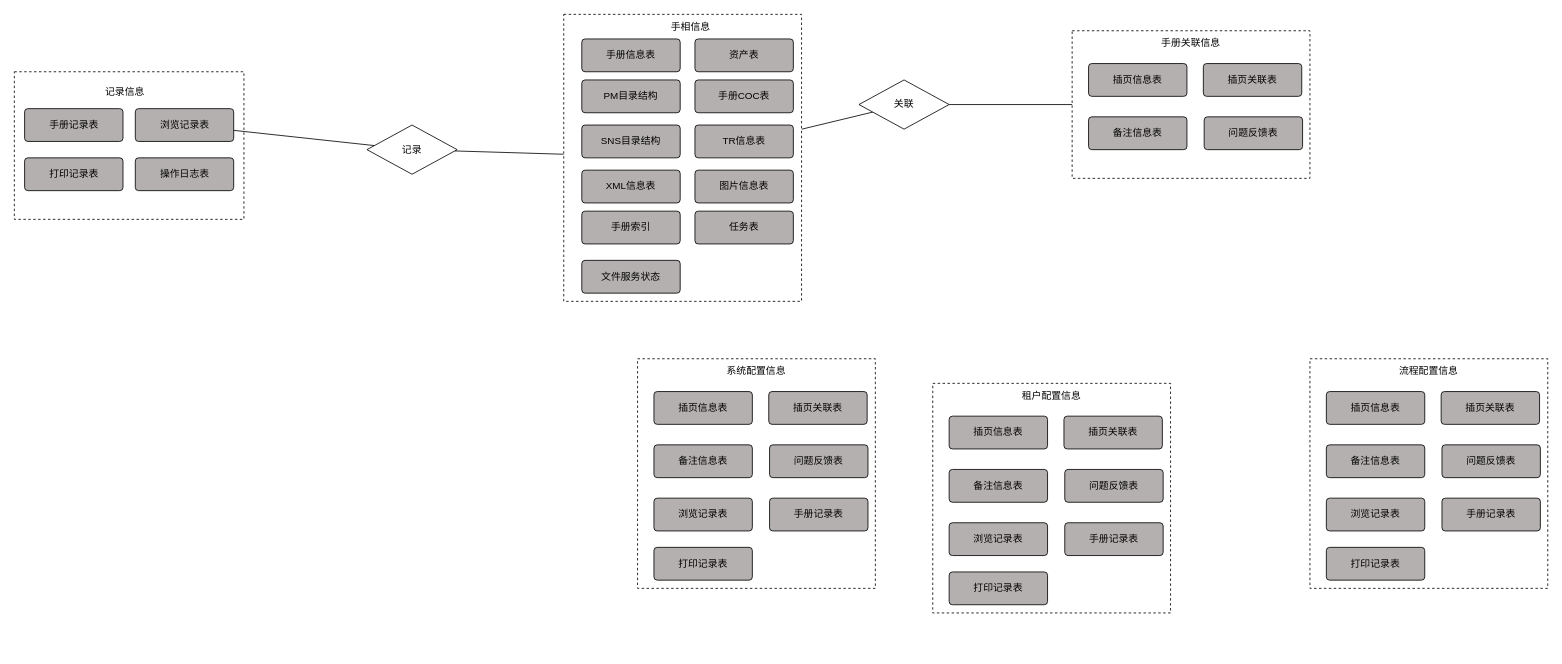
The draw.io diagram 数据结构图.drawio in DemonHan/KuickBuy, before the edit. Source tidied: cells renumbered, new cells numbered last; positions are measured from the earlier drawing's top-left corner, leaving out a move shared by most shapes. Both pictures are drawn from the tidied source at 82%, with x=0, y=0 at pixel (14, 14).
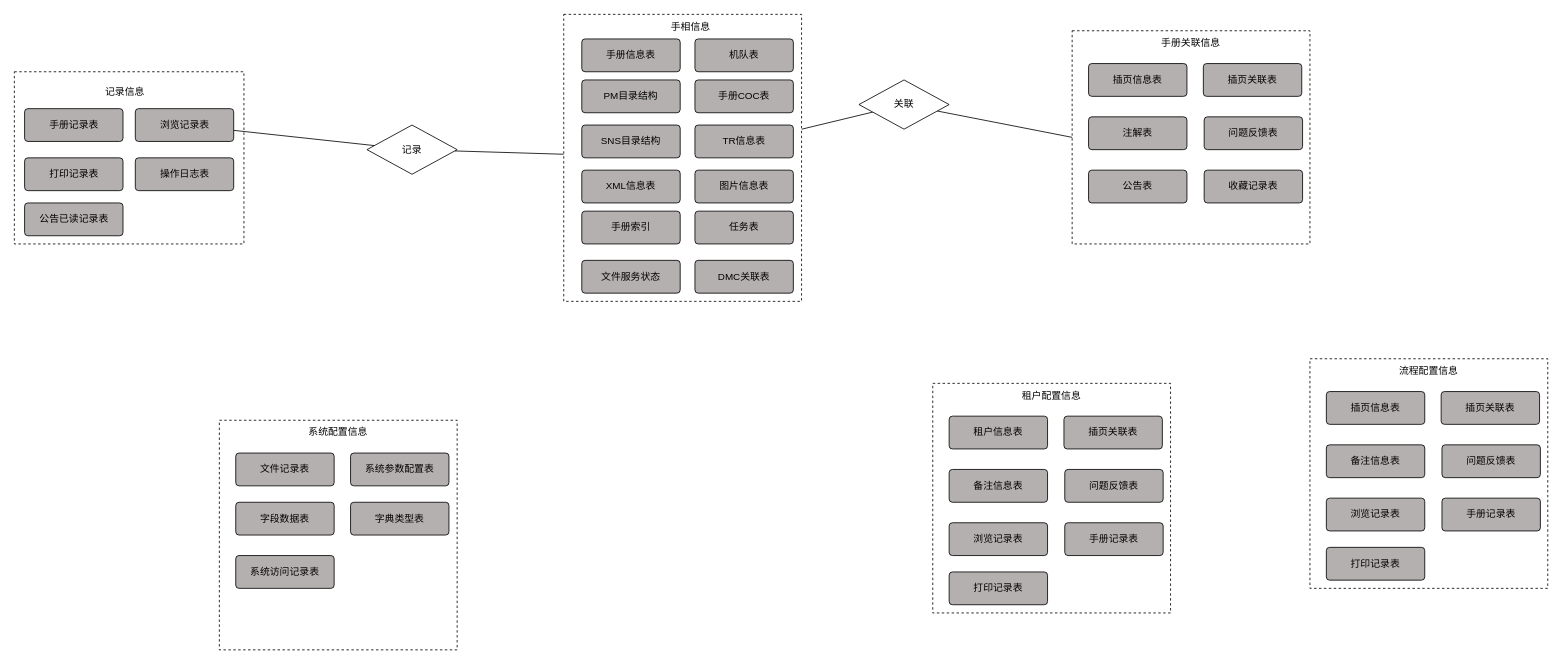
Above is the later version.

Commit message (it also covers changes not shown here):
更新数据结构图.drawio

What changed in the source:
```diff
@@
     <mxCell id="2" style="rounded=0;whiteSpace=wrap;html=1;dashed=1;" parent="1" vertex="1">
-      <mxGeometry y="70" width="280" height="180" as="geometry" />
+      <mxGeometry y="70" width="280" height="210" as="geometry" />
     </mxCell>
     <mxCell id="3" style="rounded=0;whiteSpace=wrap;html=1;dashed=1;" parent="1" vertex="1">
-      <mxGeometry x="1290" y="20" width="290" height="180" as="geometry" />
+      <mxGeometry x="1290" y="20" width="290" height="260" as="geometry" />
     </mxCell>
@@
-    <mxCell id="8" value="资产表" style="rounded=1;arcSize=10;whiteSpace=wrap;html=1;align=center;fillColor=#b5b0b0;" parent="1" vertex="1">
+    <mxCell id="8" value="机队表" style="rounded=1;arcSize=10;whiteSpace=wrap;html=1;align=center;fillColor=#b5b0b0;" parent="1" vertex="1">
       <mxGeometry x="830" y="30" width="120" height="40" as="geometry" />
     </mxCell>
@@
-    <mxCell id="21" value="备注信息表" style="rounded=1;arcSize=10;whiteSpace=wrap;html=1;align=center;fillColor=#b5b0b0;" parent="1" vertex="1">
+    <mxCell id="21" value="注解表" style="rounded=1;arcSize=10;whiteSpace=wrap;html=1;align=center;fillColor=#b5b0b0;" parent="1" vertex="1">
       <mxGeometry x="1310" y="125" width="120" height="40" as="geometry" />
     </mxCell>
@@
     <mxCell id="29" style="rounded=0;whiteSpace=wrap;html=1;dashed=1;" parent="1" vertex="1">
-      <mxGeometry x="760" y="420" width="290" height="280" as="geometry" />
+      <mxGeometry x="250" y="495" width="290" height="280" as="geometry" />
     </mxCell>
-    <mxCell id="30" value="插页关联表" style="rounded=1;arcSize=10;whiteSpace=wrap;html=1;align=center;fillColor=#b5b0b0;" parent="1" vertex="1">
-      <mxGeometry x="920" y="460" width="120" height="40" as="geometry" />
-    </mxCell>
-    <mxCell id="31" value="插页信息表" style="rounded=1;arcSize=10;whiteSpace=wrap;html=1;align=center;fillColor=#b5b0b0;" parent="1" vertex="1">
-      <mxGeometry x="780" y="460" width="120" height="40" as="geometry" />
+    <mxCell id="31" value="文件记录表" style="rounded=1;arcSize=10;whiteSpace=wrap;html=1;align=center;fillColor=#b5b0b0;" parent="1" vertex="1">
+      <mxGeometry x="270" y="535" width="120" height="40" as="geometry" />
     </mxCell>
     <mxCell id="32" value="系统配置信息" style="text;html=1;strokeColor=none;fillColor=none;align=center;verticalAlign=middle;whiteSpace=wrap;rounded=0;" parent="1" vertex="1">
-      <mxGeometry x="860" y="420" width="90" height="30" as="geometry" />
+      <mxGeometry x="350" y="495" width="90" height="30" as="geometry" />
     </mxCell>
-    <mxCell id="33" value="备注信息表" style="rounded=1;arcSize=10;whiteSpace=wrap;html=1;align=center;fillColor=#b5b0b0;" parent="1" vertex="1">
-      <mxGeometry x="780" y="525" width="120" height="40" as="geometry" />
-    </mxCell>
-    <mxCell id="34" value="问题反馈表" style="rounded=1;arcSize=10;whiteSpace=wrap;html=1;align=center;fillColor=#b5b0b0;" parent="1" vertex="1">
-      <mxGeometry x="921" y="525" width="120" height="40" as="geometry" />
-    </mxCell>
-    <mxCell id="35" value="浏览记录表" style="rounded=1;arcSize=10;whiteSpace=wrap;html=1;align=center;fillColor=#b5b0b0;" parent="1" vertex="1">
-      <mxGeometry x="780" y="590" width="120" height="40" as="geometry" />
-    </mxCell>
-    <mxCell id="36" value="手册记录表" style="rounded=1;arcSize=10;whiteSpace=wrap;html=1;align=center;fillColor=#b5b0b0;" parent="1" vertex="1">
-      <mxGeometry x="921" y="590" width="120" height="40" as="geometry" />
-    </mxCell>
-    <mxCell id="37" value="打印记录表" style="rounded=1;arcSize=10;whiteSpace=wrap;html=1;align=center;fillColor=#b5b0b0;" parent="1" vertex="1">
-      <mxGeometry x="780" y="650" width="120" height="40" as="geometry" />
-    </mxCell>
@@
-    <mxCell id="40" value="插页信息表" style="rounded=1;arcSize=10;whiteSpace=wrap;html=1;align=center;fillColor=#b5b0b0;" parent="1" vertex="1">
+    <mxCell id="40" value="租户信息表" style="rounded=1;arcSize=10;whiteSpace=wrap;html=1;align=center;fillColor=#b5b0b0;" parent="1" vertex="1">
       <mxGeometry x="1140" y="490" width="120" height="40" as="geometry" />
     </mxCell>
@@
+    <mxCell id="60" value="公告表" style="rounded=1;arcSize=10;whiteSpace=wrap;html=1;align=center;fillColor=#b5b0b0;" parent="1" vertex="1">
+      <mxGeometry x="1310" y="190" width="120" height="40" as="geometry" />
+    </mxCell>
+    <mxCell id="61" value="公告已读记录表" style="rounded=1;arcSize=10;whiteSpace=wrap;html=1;align=center;fillColor=#b5b0b0;" parent="1" vertex="1">
+      <mxGeometry x="12.5" y="230" width="120" height="40" as="geometry" />
+    </mxCell>
+    <mxCell id="62" value="收藏记录表" style="rounded=1;arcSize=10;whiteSpace=wrap;html=1;align=center;fillColor=#b5b0b0;" parent="1" vertex="1">
+      <mxGeometry x="1451" y="190" width="120" height="40" as="geometry" />
+    </mxCell>
+    <mxCell id="63" value="DMC关联表" style="rounded=1;arcSize=10;whiteSpace=wrap;html=1;align=center;fillColor=#b5b0b0;" parent="1" vertex="1">
+      <mxGeometry x="830" y="300" width="120" height="40" as="geometry" />
+    </mxCell>
+    <mxCell id="64" value="系统参数配置表" style="rounded=1;arcSize=10;whiteSpace=wrap;html=1;align=center;fillColor=#b5b0b0;" parent="1" vertex="1">
+      <mxGeometry x="410" y="535" width="120" height="40" as="geometry" />
+    </mxCell>
+    <mxCell id="65" value="字段数据表" style="rounded=1;arcSize=10;whiteSpace=wrap;html=1;align=center;fillColor=#b5b0b0;" parent="1" vertex="1">
+      <mxGeometry x="270" y="595" width="120" height="40" as="geometry" />
+    </mxCell>
+    <mxCell id="66" value="字典类型表" style="rounded=1;arcSize=10;whiteSpace=wrap;html=1;align=center;fillColor=#b5b0b0;" parent="1" vertex="1">
+      <mxGeometry x="410" y="595" width="120" height="40" as="geometry" />
+    </mxCell>
+    <mxCell id="67" value="系统访问记录表" style="rounded=1;arcSize=10;whiteSpace=wrap;html=1;align=center;fillColor=#b5b0b0;" parent="1" vertex="1">
+      <mxGeometry x="270" y="660" width="120" height="40" as="geometry" />
+    </mxCell>
```
